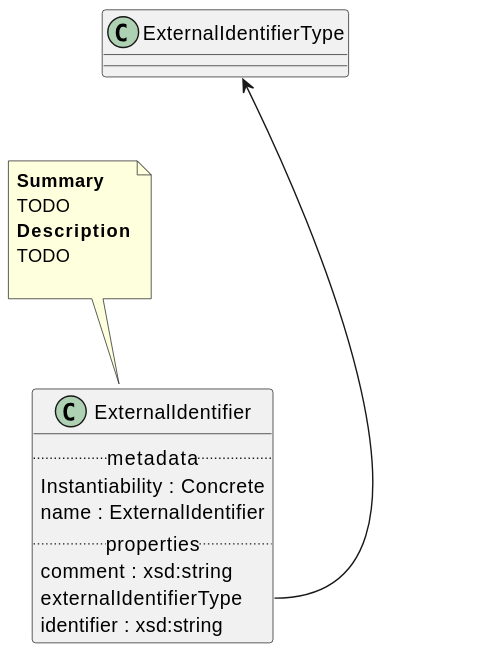
Before: Classes/ExternalIdentifier.svg, a diagram exported from PlantUML (maxhbr/spec-parser.hs).
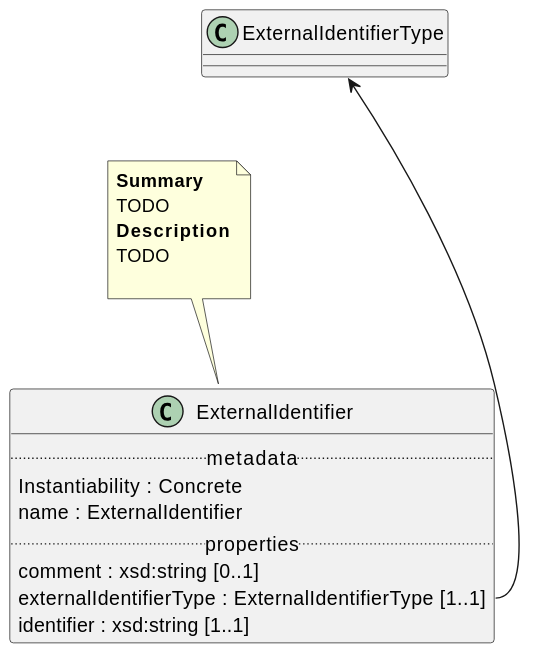
The same file after the commit.

The edit, as a diff of the source:
```diff
@@ -4,9 +4,9 @@
     Instantiability : Concrete
     name : ExternalIdentifier
 .. properties ..
-    comment : xsd:string
-    externalIdentifierType
-    identifier : xsd:string
+    comment : xsd:string [0..1]
+    externalIdentifierType : ExternalIdentifierType [1..1]
+    identifier : xsd:string [1..1]
 }
 note top of ExternalIdentifier
 <b>Summary</b>
```
